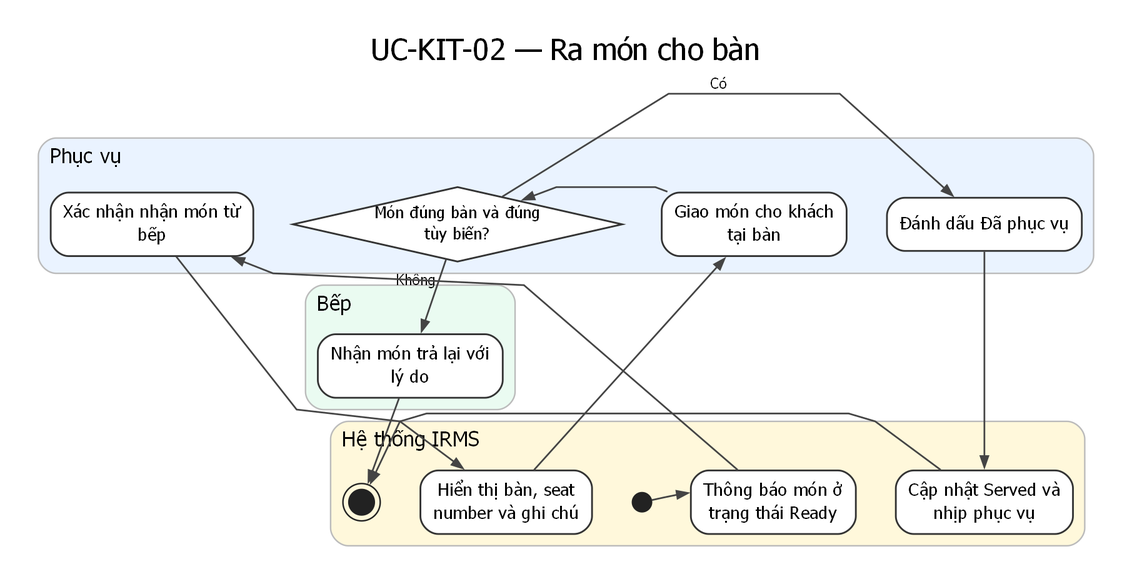
This is assets/diagrams/rendered/activity/uc-kit-02-serve-dishes.png from lehoangluan1/SA_IRMS, a Graphviz export, as it was before one commit. Its source is kept beside it as assets/diagrams/source/activity/uc-kit-02-serve-dishes.dot. The source it was exported from:
```dot
digraph G {
  graph [rankdir=TB, newrank=true, splines=polyline, nodesep=0.38, ranksep=0.62, pad=0.25, dpi=170, bgcolor="white", fontname="DejaVu Sans"];
  node [fontname="DejaVu Sans"];
  edge [fontname="DejaVu Sans", fontsize=10, color="#444444", penwidth=1.15, arrowsize=0.75];
  labelloc="t"; labeljust="c"; fontsize=20; fontname="DejaVu Sans"; label="UC-KIT-02 — Ra món cho bàn";
  subgraph cluster_l1 {
    style="rounded,filled";
    fillcolor="#EAF3FF"; color="#BBBBBB"; penwidth=1.0;
    label="Phục vụ"; fontsize=14; labelloc="t"; labeljust="l";
    rank=same;
    n2 [label="Xác nhận nhận món từ
bếp", shape=rect, style="rounded,filled", fillcolor="white", color="#333333", penwidth=1.2, fontsize=12, margin="0.12,0.08"];
    n4 [label="Giao món cho khách
tại bàn", shape=rect, style="rounded,filled", fillcolor="white", color="#333333", penwidth=1.2, fontsize=12, margin="0.12,0.08"];
    n5 [label="Món đúng bàn và đúng
tùy biến?", shape=diamond, style="filled", fillcolor="white", color="#333333", penwidth=1.2, fontsize=11, width=1.2, height=0.7, margin="0.05,0.03"];
    n6 [label="Đánh dấu Đã phục vụ", shape=rect, style="rounded,filled", fillcolor="white", color="#333333", penwidth=1.2, fontsize=12, margin="0.12,0.08"];
    n2 -> n4 -> n5 -> n6 [style=invis, weight=20];
  }
  subgraph cluster_l2 {
    style="rounded,filled";
    fillcolor="#FFF8DB"; color="#BBBBBB"; penwidth=1.0;
    label="Hệ thống IRMS"; fontsize=14; labelloc="t"; labeljust="l";
    rank=same;
    n0 [shape=circle, label="", width=0.18, height=0.18, fixedsize=true, style=filled, fillcolor="#222222", color="#222222"];
    n1 [label="Thông báo món ở
trạng thái Ready", shape=rect, style="rounded,filled", fillcolor="white", color="#333333", penwidth=1.2, fontsize=12, margin="0.12,0.08"];
    n3 [label="Hiển thị bàn, seat
number và ghi chú", shape=rect, style="rounded,filled", fillcolor="white", color="#333333", penwidth=1.2, fontsize=12, margin="0.12,0.08"];
    n7 [label="Cập nhật Served và
nhịp phục vụ", shape=rect, style="rounded,filled", fillcolor="white", color="#333333", penwidth=1.2, fontsize=12, margin="0.12,0.08"];
    n9 [shape=doublecircle, label="", width=0.24, height=0.24, fixedsize=true, style=filled, fillcolor="#222222", color="#222222"];
    n0 -> n1 -> n3 -> n7 -> n9 [style=invis, weight=20];
  }
  subgraph cluster_l3 {
    style="rounded,filled";
    fillcolor="#EAFBF1"; color="#BBBBBB"; penwidth=1.0;
    label="Bếp"; fontsize=14; labelloc="t"; labeljust="l";
    rank=same;
    n8 [label="Nhận món trả lại với
lý do", shape=rect, style="rounded,filled", fillcolor="white", color="#333333", penwidth=1.2, fontsize=12, margin="0.12,0.08"];
  }
  n0 -> n1;
  n1 -> n2;
  n2 -> n3;
  n3 -> n4;
  n4 -> n5;
  n5 -> n6 [xlabel="Có"];
  n5 -> n8 [xlabel="Không"];
  n6 -> n7;
  n7 -> n9;
  n8 -> n9;
}
```
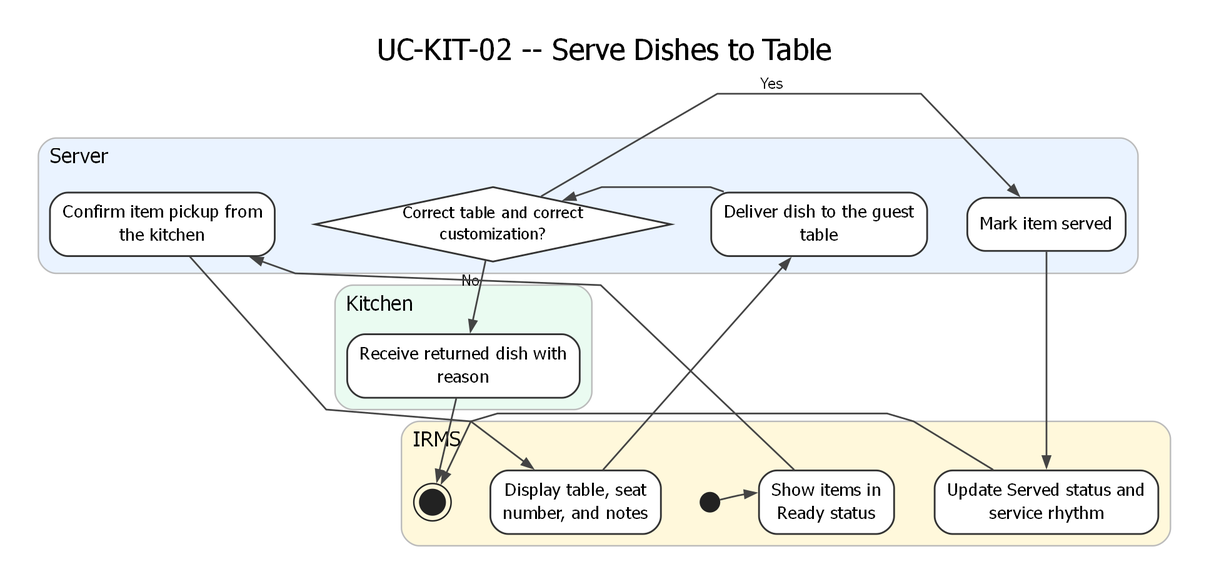
The same diagram one commit later.

Change to the diagram source:
```diff
@@ -2,51 +2,44 @@
   graph [rankdir=TB, newrank=true, splines=polyline, nodesep=0.38, ranksep=0.62, pad=0.25, dpi=170, bgcolor="white", fontname="DejaVu Sans"];
   node [fontname="DejaVu Sans"];
   edge [fontname="DejaVu Sans", fontsize=10, color="#444444", penwidth=1.15, arrowsize=0.75];
-  labelloc="t"; labeljust="c"; fontsize=20; fontname="DejaVu Sans"; label="UC-KIT-02 — Ra món cho bàn";
+  labelloc="t"; labeljust="c"; fontsize=20; fontname="DejaVu Sans"; label="UC-KIT-02 -- Serve Dishes to Table";
   subgraph cluster_l1 {
     style="rounded,filled";
     fillcolor="#EAF3FF"; color="#BBBBBB"; penwidth=1.0;
-    label="Phục vụ"; fontsize=14; labelloc="t"; labeljust="l";
+    label="Server"; fontsize=14; labelloc="t"; labeljust="l";
     rank=same;
-    n2 [label="Xác nhận nhận món từ
-bếp", shape=rect, style="rounded,filled", fillcolor="white", color="#333333", penwidth=1.2, fontsize=12, margin="0.12,0.08"];
-    n4 [label="Giao món cho khách
-tại bàn", shape=rect, style="rounded,filled", fillcolor="white", color="#333333", penwidth=1.2, fontsize=12, margin="0.12,0.08"];
-    n5 [label="Món đúng bàn và đúng
-tùy biến?", shape=diamond, style="filled", fillcolor="white", color="#333333", penwidth=1.2, fontsize=11, width=1.2, height=0.7, margin="0.05,0.03"];
-    n6 [label="Đánh dấu Đã phục vụ", shape=rect, style="rounded,filled", fillcolor="white", color="#333333", penwidth=1.2, fontsize=12, margin="0.12,0.08"];
+    n2 [label="Confirm item pickup from\nthe kitchen", shape=rect, style="rounded,filled", fillcolor="white", color="#333333", penwidth=1.2, fontsize=12, margin="0.12,0.08"];
+    n4 [label="Deliver dish to the guest\ntable", shape=rect, style="rounded,filled", fillcolor="white", color="#333333", penwidth=1.2, fontsize=12, margin="0.12,0.08"];
+    n5 [label="Correct table and correct\ncustomization?", shape=diamond, style="filled", fillcolor="white", color="#333333", penwidth=1.2, fontsize=11, width=1.2, height=0.7, margin="0.05,0.03"];
+    n6 [label="Mark item served", shape=rect, style="rounded,filled", fillcolor="white", color="#333333", penwidth=1.2, fontsize=12, margin="0.12,0.08"];
     n2 -> n4 -> n5 -> n6 [style=invis, weight=20];
   }
   subgraph cluster_l2 {
     style="rounded,filled";
     fillcolor="#FFF8DB"; color="#BBBBBB"; penwidth=1.0;
-    label="Hệ thống IRMS"; fontsize=14; labelloc="t"; labeljust="l";
+    label="IRMS"; fontsize=14; labelloc="t"; labeljust="l";
     rank=same;
     n0 [shape=circle, label="", width=0.18, height=0.18, fixedsize=true, style=filled, fillcolor="#222222", color="#222222"];
-    n1 [label="Thông báo món ở
-trạng thái Ready", shape=rect, style="rounded,filled", fillcolor="white", color="#333333", penwidth=1.2, fontsize=12, margin="0.12,0.08"];
-    n3 [label="Hiển thị bàn, seat
-number và ghi chú", shape=rect, style="rounded,filled", fillcolor="white", color="#333333", penwidth=1.2, fontsize=12, margin="0.12,0.08"];
-    n7 [label="Cập nhật Served và
-nhịp phục vụ", shape=rect, style="rounded,filled", fillcolor="white", color="#333333", penwidth=1.2, fontsize=12, margin="0.12,0.08"];
+    n1 [label="Show items in\nReady status", shape=rect, style="rounded,filled", fillcolor="white", color="#333333", penwidth=1.2, fontsize=12, margin="0.12,0.08"];
+    n3 [label="Display table, seat\nnumber, and notes", shape=rect, style="rounded,filled", fillcolor="white", color="#333333", penwidth=1.2, fontsize=12, margin="0.12,0.08"];
+    n7 [label="Update Served status and\nservice rhythm", shape=rect, style="rounded,filled", fillcolor="white", color="#333333", penwidth=1.2, fontsize=12, margin="0.12,0.08"];
     n9 [shape=doublecircle, label="", width=0.24, height=0.24, fixedsize=true, style=filled, fillcolor="#222222", color="#222222"];
     n0 -> n1 -> n3 -> n7 -> n9 [style=invis, weight=20];
   }
   subgraph cluster_l3 {
     style="rounded,filled";
     fillcolor="#EAFBF1"; color="#BBBBBB"; penwidth=1.0;
-    label="Bếp"; fontsize=14; labelloc="t"; labeljust="l";
+    label="Kitchen"; fontsize=14; labelloc="t"; labeljust="l";
     rank=same;
-    n8 [label="Nhận món trả lại với
-lý do", shape=rect, style="rounded,filled", fillcolor="white", color="#333333", penwidth=1.2, fontsize=12, margin="0.12,0.08"];
+    n8 [label="Receive returned dish with\nreason", shape=rect, style="rounded,filled", fillcolor="white", color="#333333", penwidth=1.2, fontsize=12, margin="0.12,0.08"];
   }
   n0 -> n1;
   n1 -> n2;
   n2 -> n3;
   n3 -> n4;
   n4 -> n5;
-  n5 -> n6 [xlabel="Có"];
-  n5 -> n8 [xlabel="Không"];
+  n5 -> n6 [xlabel="Yes"];
+  n5 -> n8 [xlabel="No"];
   n6 -> n7;
   n7 -> n9;
   n8 -> n9;
```
